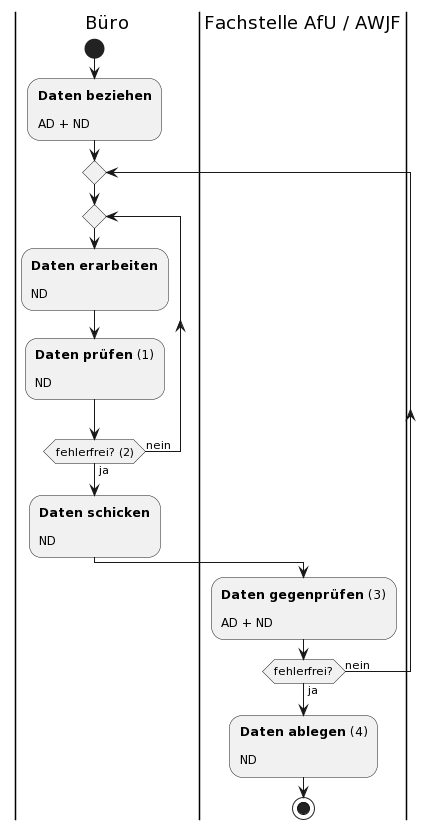
sogis/p-naturgefahren keeps this PlantUML diagram as Ablauf/buero.png. Above is the earlier version.
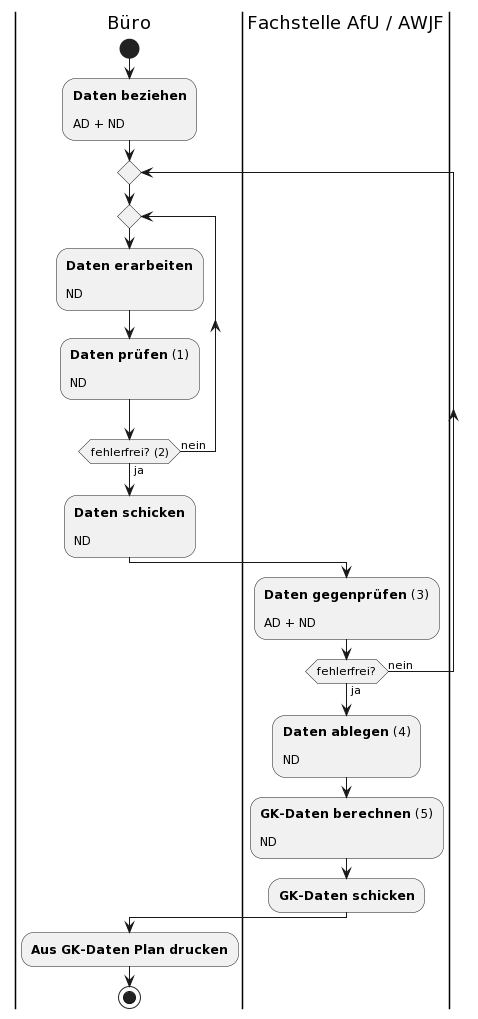
The same diagram one commit later.

Diff of the diagram source:
```diff
@@ -25,5 +25,13 @@
 
 :**Daten ablegen** (4)\n\nND;
 
+:**GK-Daten berechnen** (5)\n\nND;
+
+:**GK-Daten schicken**;
+
+|Büro|
+
+:**Aus GK-Daten Plan drucken**;
+
 stop
 @enduml
```
